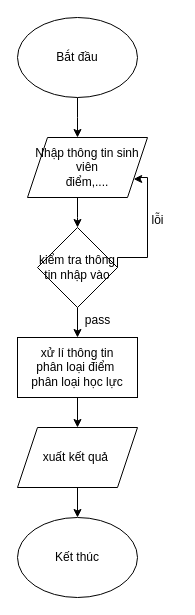
The draw.io diagram nguyentrihung_B25DTCN173_IT108-K25_session1_BTVN8.drawio in hunglocct/nguyentrihung_B25DTCN173_IT108-K25_session1, before the edit. Source tidied: cells renumbered, new cells numbered last; positions are measured from the earlier drawing's top-left corner, leaving out a move shared by most shapes. Both pictures are drawn from the tidied source at 100%, with x=0, y=0 at pixel (17, 17).
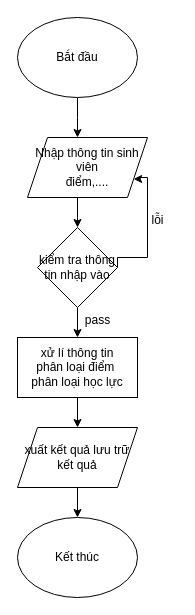
The same diagram, later.

What changed in the source:
```diff
@@
-    <mxCell id="14" value="xuất kết quả&amp;nbsp;" style="shape=parallelogram;perimeter=parallelogramPerimeter;whiteSpace=wrap;html=1;fixedSize=1;" parent="1" vertex="1">
+    <mxCell id="14" value="xuất kết quả lưu trữ kết quả" style="shape=parallelogram;perimeter=parallelogramPerimeter;whiteSpace=wrap;html=1;fixedSize=1;" parent="1" vertex="1">
       <mxGeometry y="410" width="120" height="60" as="geometry" />
     </mxCell>
```
